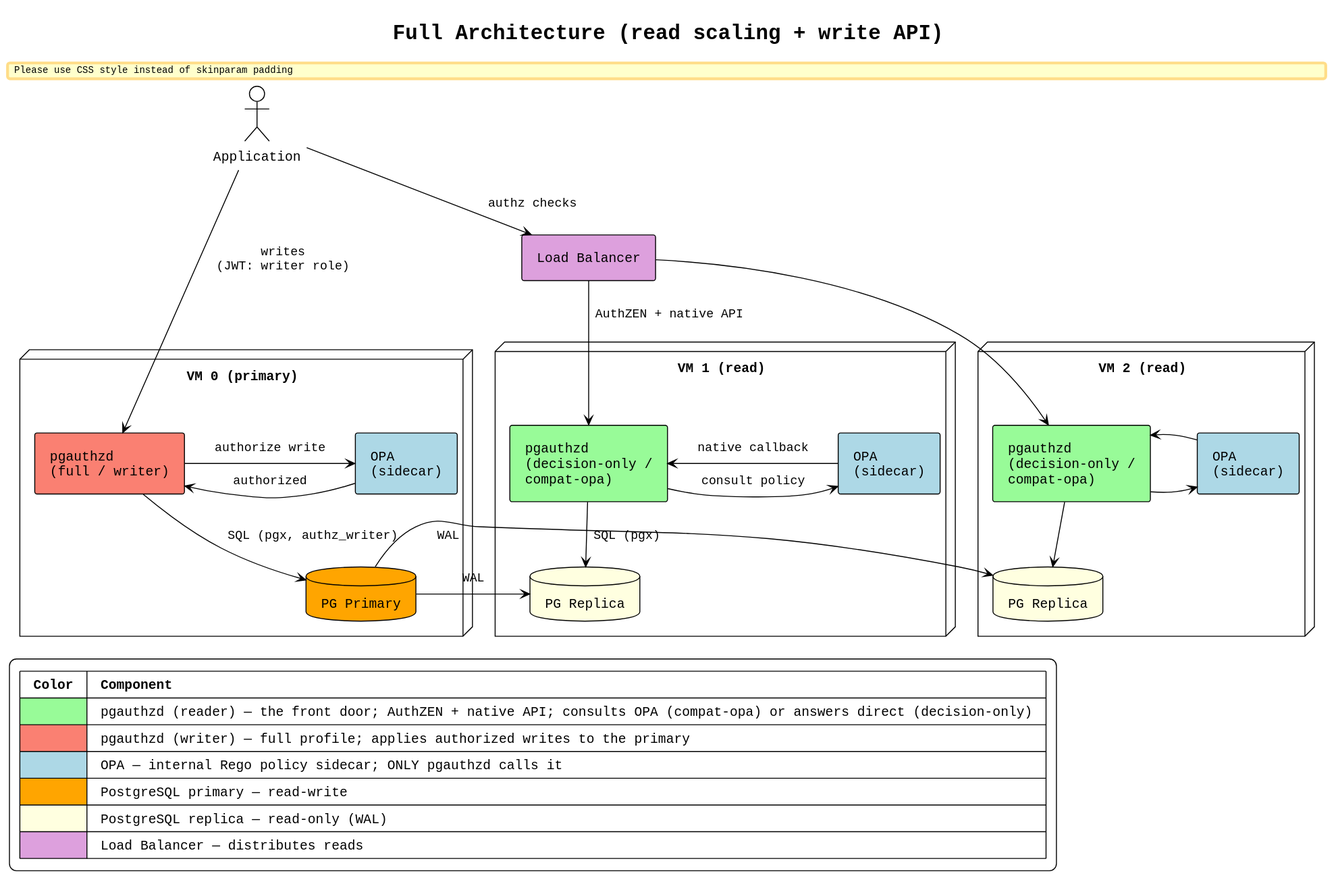
This is docs/architecture-full.svg from thomasdarimont/pgauthz, a PlantUML export, as it was before one commit.
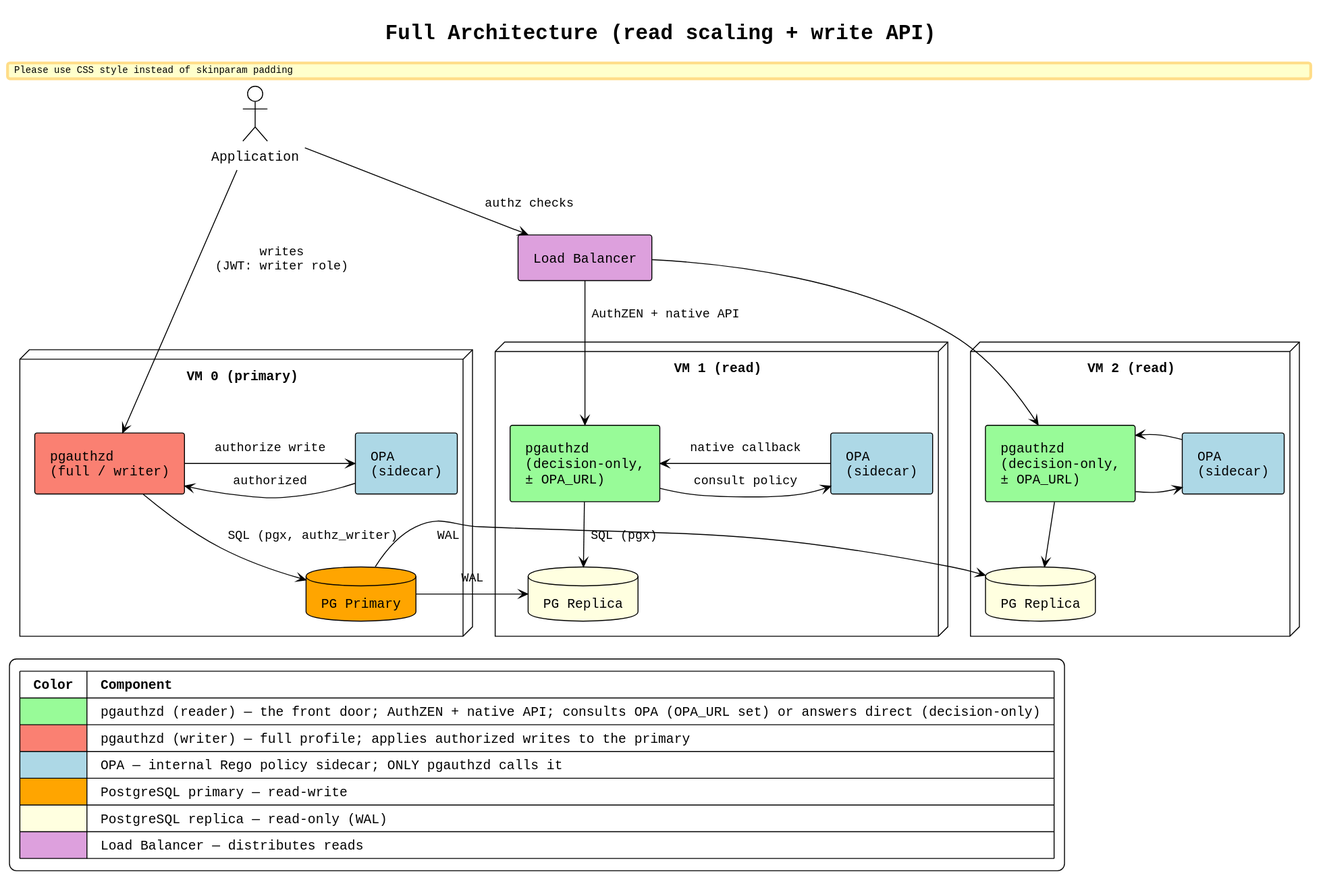
The same diagram one commit later.

Change to the diagram source:
```diff
@@ -14,13 +14,13 @@
 component "Load Balancer" as lb #Plum
 
 node "VM 1 (read)" as vm1 {
-    component "pgauthzd\n(decision-only /\ncompat-opa)" as pgd_a #PaleGreen
+    component "pgauthzd\n(decision-only,\n± OPA_URL)" as pgd_a #PaleGreen
     component "OPA\n(sidecar)" as opa_a #LightBlue
     database "PG Replica" as pgr_a #LightYellow
 }
 
 node "VM 2 (read)" as vm2 {
-    component "pgauthzd\n(decision-only /\ncompat-opa)" as pgd_b #PaleGreen
+    component "pgauthzd\n(decision-only,\n± OPA_URL)" as pgd_b #PaleGreen
     component "OPA\n(sidecar)" as opa_b #LightBlue
     database "PG Replica" as pgr_b #LightYellow
 }
@@ -51,7 +51,7 @@
 
 legend bottom left
   |= Color |= Component |
-  | <#PaleGreen> | pgauthzd (reader) — the front door; AuthZEN + native API; consults OPA (compat-opa) or answers direct (decision-only) |
+  | <#PaleGreen> | pgauthzd (reader) — the front door; AuthZEN + native API; consults OPA (OPA_URL set) or answers direct (decision-only) |
   | <#Salmon> | pgauthzd (writer) — full profile; applies authorized writes to the primary |
   | <#LightBlue> | OPA — internal Rego policy sidecar; ONLY pgauthzd calls it |
   | <#Orange> | PostgreSQL primary — read-write |
```
